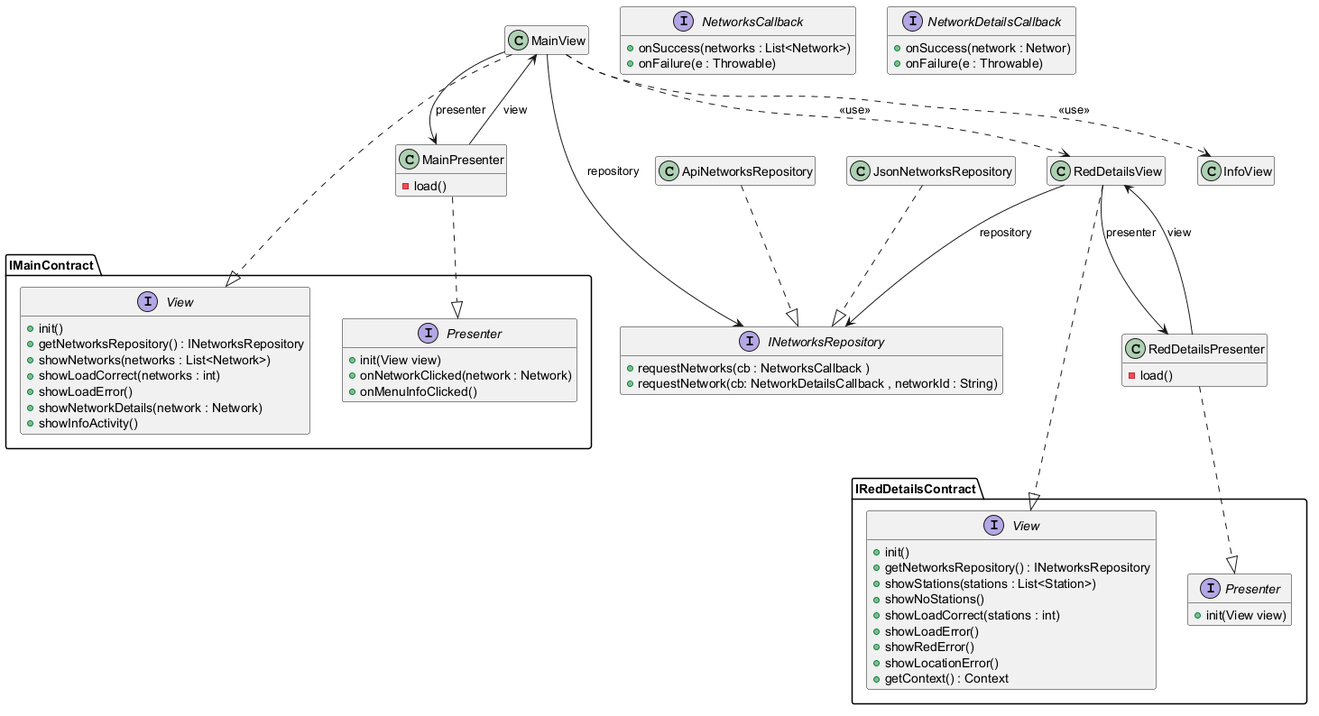
The PlantUML diagram Docs/Models/architecture.png in isunican/App-Bicis-Grupo1, before a commit.
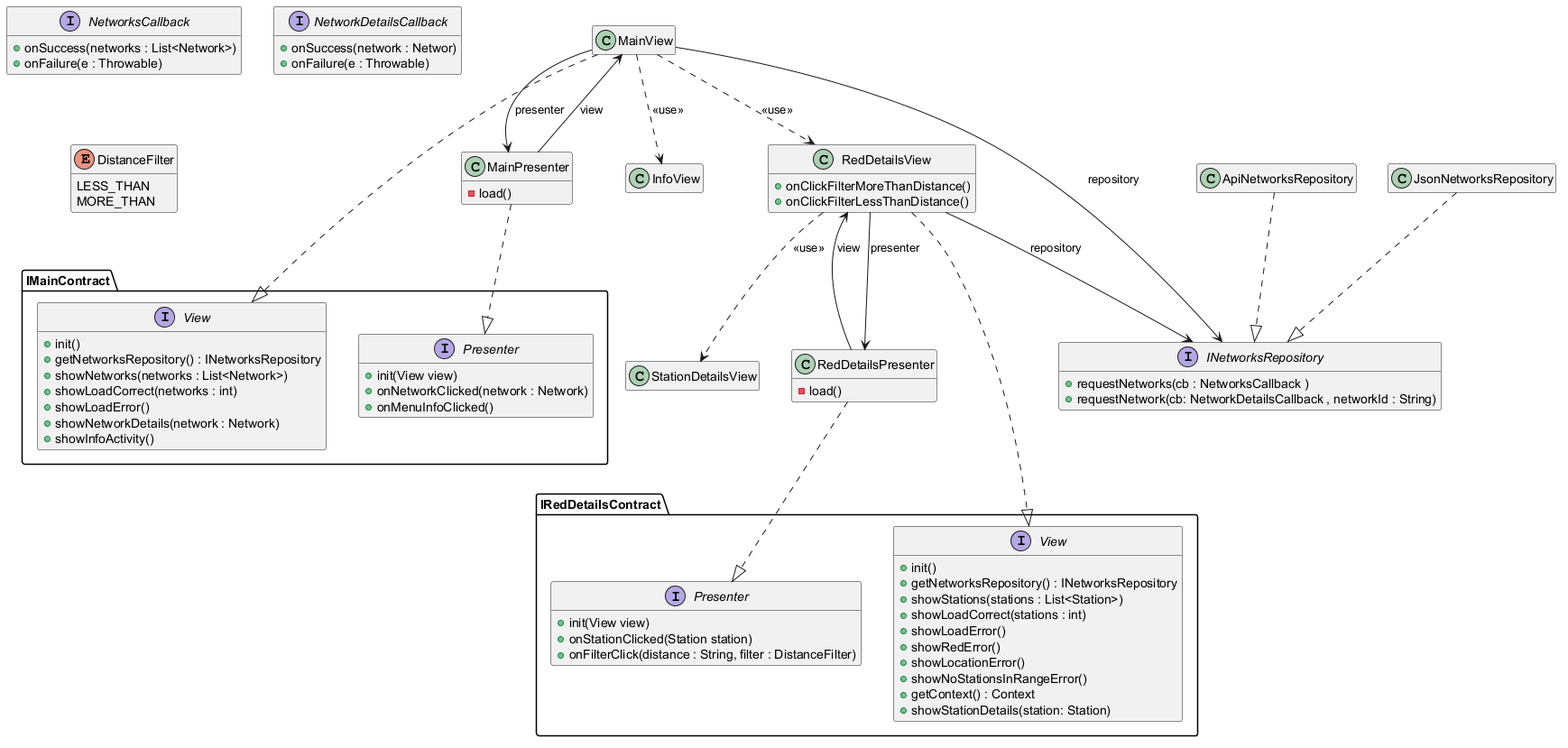
The same file after the commit.

Change to the diagram source:
```diff
@@ -11,6 +11,7 @@
 MainPresenter --> MainView : view
 MainView ..> InfoView : <<use>>
 MainView ..> RedDetailsView : <<use>>
+RedDetailsView ..> StationDetailsView : <<use>>
 
 RedDetailsView ..|> IRedDetailsContract.View
 RedDetailsPresenter ..|> IRedDetailsContract.Presenter
@@ -27,8 +28,11 @@
 
 class InfoView
 
+class StationDetailsView
+
 class RedDetailsView {
-
+    +onClickFilterMoreThanDistance()
+    +onClickFilterLessThanDistance()
 }
 class RedDetailsPresenter {
     -load()
@@ -57,16 +61,19 @@
     + init()
     + getNetworksRepository() : INetworksRepository
     + showStations(stations : List<Station>)
-    + showNoStations()
     + showLoadCorrect(stations : int)
     + showLoadError()
     + showRedError()
     + showLocationError()
+    + showNoStationsInRangeError()
     + getContext() : Context
+    + showStationDetails(station: Station)
 }
 
 interface IRedDetailsContract.Presenter {
     + init(View view)
+    + onStationClicked(Station station)
+    + onFilterClick(distance : String, filter : DistanceFilter)
 }
 
 interface INetworksRepository {
@@ -84,5 +91,9 @@
     + onFailure(e : Throwable)
 }
 
+enum DistanceFilter {
+    LESS_THAN
+    MORE_THAN
+}
 
 @enduml
```
